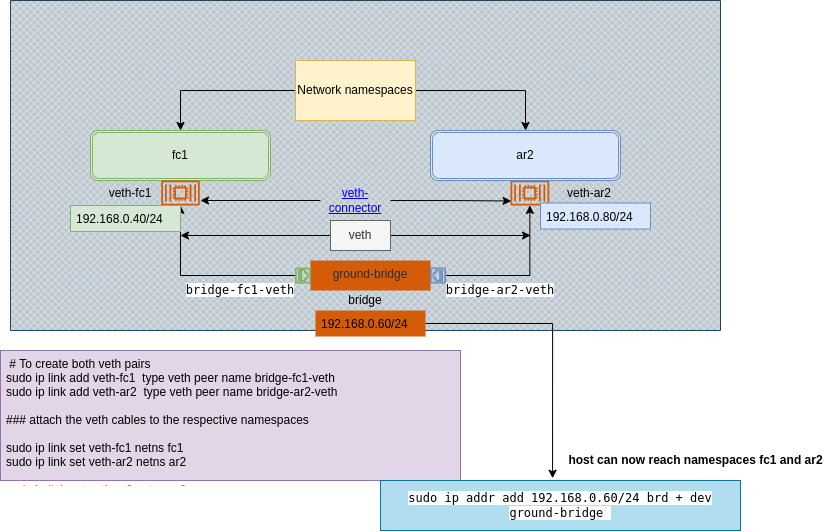
Earlier version of the draw.io export netw-ns-1.drawio.png (get-mesh-status/network-namespaces). Source tidied: cells renumbered, new cells last; positions are measured from the earlier drawing's top-left corner, leaving out a move shared by most shapes. Source of this version:
```xml
<mxGraphModel>
  <root>
    <mxCell id="0" />
    <mxCell id="1" parent="0" />
    <mxCell id="2" style="verticalLabelPosition=bottom;verticalAlign=top;html=1;shape=mxgraph.basic.patternFillRect;fillStyle=diagGrid;step=5;fillStrokeWidth=0.2;fillStrokeColor=#dddddd;fillColor=#bac8d3;gradientDirection=east;strokeColor=#23445d;" parent="1" vertex="1">
      <mxGeometry x="70" y="140" width="710" height="330" as="geometry" />
    </mxCell>
    <mxCell id="3" value="&lt;div&gt;&lt;span&gt;ground-bridge&lt;/span&gt;&lt;/div&gt;" style="whiteSpace=wrap;html=1;verticalAlign=top;fillColor=#D45B07;strokeColor=none;fontColor=#232F3E;sketch=0;gradientColor=none;dashed=0;fontStyle=0;align=center;" parent="1" vertex="1">
      <mxGeometry x="370" y="400" width="120" height="30" as="geometry" />
    </mxCell>
    <mxCell id="4" style="sketch=0;outlineConnect=0;fontColor=#232F3E;gradientColor=none;fillColor=#D45B07;strokeColor=none;dashed=0;verticalLabelPosition=bottom;verticalAlign=top;align=center;html=1;fontSize=12;fontStyle=0;shape=mxgraph.aws4.container_2;" parent="1" vertex="1">
      <mxGeometry x="570" y="320" width="38.7" height="25" as="geometry" />
    </mxCell>
    <mxCell id="5" value="fc1" style="shape=ext;double=1;rounded=1;whiteSpace=wrap;html=1;fillColor=#d5e8d4;strokeColor=#82b366;" parent="1" vertex="1">
      <mxGeometry x="150" y="270" width="180" height="50" as="geometry" />
    </mxCell>
    <mxCell id="6" value="ar2" style="shape=ext;double=1;rounded=1;whiteSpace=wrap;html=1;fillColor=#dae8fc;strokeColor=#6c8ebf;" parent="1" vertex="1">
      <mxGeometry x="490" y="270" width="190" height="50" as="geometry" />
    </mxCell>
    <mxCell id="7" style="sketch=0;outlineConnect=0;fontColor=#232F3E;gradientColor=none;fillColor=#D45B07;strokeColor=none;dashed=0;verticalLabelPosition=bottom;verticalAlign=top;align=center;html=1;fontSize=12;fontStyle=0;shape=mxgraph.aws4.container_2;" parent="1" vertex="1">
      <mxGeometry x="220.6" y="320" width="38.7" height="25" as="geometry" />
    </mxCell>
    <mxCell id="8" style="edgeStyle=orthogonalEdgeStyle;rounded=0;jettySize=auto;html=1;" parent="1" edge="1" source="10">
      <mxGeometry relative="1" as="geometry">
        <mxPoint x="260" y="340" as="targetPoint" />
      </mxGeometry>
    </mxCell>
    <mxCell id="9" style="edgeStyle=orthogonalEdgeStyle;rounded=0;jettySize=auto;html=1;entryX=0.016;entryY=0.821;entryDx=0;entryDy=0;entryPerimeter=0;" parent="1" edge="1" source="10" target="4">
      <mxGeometry relative="1" as="geometry" />
    </mxCell>
    <mxCell id="10" value="veth-connector" style="text;html=1;strokeColor=none;fillColor=none;whiteSpace=wrap;align=center;verticalAlign=middle;fontColor=#0000EE;fontStyle=4;" parent="1" vertex="1">
      <mxGeometry x="380" y="320" width="70" height="40" as="geometry" />
    </mxCell>
    <object id="11" label="veth-fc1&lt;br&gt;" name="Variable" placeholders="1">
      <mxCell style="text;html=1;strokeColor=none;fillColor=none;align=center;verticalAlign=middle;whiteSpace=wrap;overflow=hidden;" parent="1" vertex="1">
        <mxGeometry x="150" y="322.5" width="80" height="20" as="geometry" />
      </mxCell>
    </object>
    <object id="12" label="bridge" name="Variable" placeholders="1">
      <mxCell style="text;html=1;strokeColor=none;fillColor=none;align=center;verticalAlign=middle;whiteSpace=wrap;overflow=hidden;" parent="1" vertex="1">
        <mxGeometry x="385" y="430" width="80" height="20" as="geometry" />
      </mxCell>
    </object>
    <object id="13" label="&lt;span style=&quot;font-family: monospace&quot;&gt;&lt;span style=&quot;background-color: rgb(255 , 255 , 255)&quot;&gt;bridge-fc1-veth&lt;/span&gt;&lt;br&gt;&lt;/span&gt;" name="Variable" placeholders="1">
      <mxCell style="text;html=1;strokeColor=none;fillColor=none;align=center;verticalAlign=middle;whiteSpace=wrap;overflow=hidden;" parent="1" vertex="1">
        <mxGeometry x="230" y="420" width="140" height="20" as="geometry" />
      </mxCell>
    </object>
    <object id="14" label="veth-ar2" name="Variable" placeholders="1">
      <mxCell style="text;html=1;strokeColor=none;fillColor=none;align=center;verticalAlign=middle;whiteSpace=wrap;overflow=hidden;" parent="1" vertex="1">
        <mxGeometry x="608.7" y="322.5" width="80" height="20" as="geometry" />
      </mxCell>
    </object>
    <mxCell id="15" style="edgeStyle=orthogonalEdgeStyle;rounded=0;jettySize=auto;html=1;" parent="1" edge="1" source="17" target="6">
      <mxGeometry relative="1" as="geometry" />
    </mxCell>
    <mxCell id="16" style="edgeStyle=orthogonalEdgeStyle;rounded=0;jettySize=auto;html=1;entryX=0.5;entryY=0;entryDx=0;entryDy=0;" parent="1" edge="1" source="17" target="5">
      <mxGeometry relative="1" as="geometry" />
    </mxCell>
    <mxCell id="17" value="Network namespaces&lt;br&gt;" style="rounded=0;whiteSpace=wrap;html=1;fillColor=#fff2cc;strokeColor=#d6b656;" parent="1" vertex="1">
      <mxGeometry x="355" y="200" width="120" height="60" as="geometry" />
    </mxCell>
    <mxCell id="18" style="sketch=0;shadow=0;dashed=0;html=1;strokeColor=#82b366;fillColor=#d5e8d4;labelPosition=center;verticalLabelPosition=bottom;verticalAlign=top;align=center;shape=mxgraph.vvd.ethernet_port;rotation=-90;" parent="1" vertex="1">
      <mxGeometry width="15" as="geometry" />
    </mxCell>
    <mxCell id="19" style="edgeStyle=orthogonalEdgeStyle;rounded=0;jettySize=auto;html=1;" parent="1" edge="1" source="20" target="4">
      <mxGeometry relative="1" as="geometry" />
    </mxCell>
    <mxCell id="20" style="sketch=0;shadow=0;dashed=0;html=1;strokeColor=#6c8ebf;fillColor=#dae8fc;labelPosition=center;verticalLabelPosition=bottom;verticalAlign=top;align=center;outlineConnect=0;shape=mxgraph.vvd.ethernet_port;rotation=90;" parent="1" vertex="1">
      <mxGeometry x="490" y="407.5" width="15" height="15" as="geometry" />
    </mxCell>
    <mxCell id="21" style="edgeStyle=orthogonalEdgeStyle;rounded=0;jettySize=auto;html=1;" parent="1" edge="1" source="22" target="7">
      <mxGeometry relative="1" as="geometry" />
    </mxCell>
    <mxCell id="22" style="sketch=0;shadow=0;dashed=0;html=1;strokeColor=#82b366;fillColor=#d5e8d4;labelPosition=center;verticalLabelPosition=bottom;verticalAlign=top;align=center;outlineConnect=0;shape=mxgraph.vvd.ethernet_port;rotation=-89;" parent="1" vertex="1">
      <mxGeometry x="355" y="407.5" width="15" height="15" as="geometry" />
    </mxCell>
    <object id="23" label="&lt;span style=&quot;font-family: monospace&quot;&gt;&lt;span style=&quot;background-color: rgb(255 , 255 , 255)&quot;&gt;bridge-ar2-veth&lt;/span&gt;&lt;br&gt;&lt;/span&gt;" name="Variable" placeholders="1">
      <mxCell style="text;html=1;strokeColor=none;fillColor=none;align=center;verticalAlign=middle;whiteSpace=wrap;overflow=hidden;" parent="1" vertex="1">
        <mxGeometry x="490" y="420" width="140" height="20" as="geometry" />
      </mxCell>
    </object>
    <mxCell id="24" style="edgeStyle=orthogonalEdgeStyle;rounded=0;jettySize=auto;html=1;" parent="1" edge="1" source="26">
      <mxGeometry relative="1" as="geometry">
        <mxPoint x="590" y="375" as="targetPoint" />
      </mxGeometry>
    </mxCell>
    <mxCell id="25" style="edgeStyle=orthogonalEdgeStyle;rounded=0;jettySize=auto;html=1;" parent="1" edge="1" source="26">
      <mxGeometry relative="1" as="geometry">
        <mxPoint x="240" y="375" as="targetPoint" />
      </mxGeometry>
    </mxCell>
    <mxCell id="26" value="veth" style="text;html=1;strokeColor=#666666;fillColor=#f5f5f5;align=center;verticalAlign=middle;whiteSpace=wrap;rounded=0;fontColor=#333333;" parent="1" vertex="1">
      <mxGeometry x="390" y="360" width="60" height="30" as="geometry" />
    </mxCell>
    <mxCell id="27" value=" # To create both veth pairs&#10;sudo ip link add veth-fc1  type veth peer name bridge-fc1-veth&#10;sudo ip link add veth-ar2  type veth peer name bridge-ar2-veth &#10; &#10;### attach the veth cables to the respective namespaces&#10;&#10;sudo ip link set veth-fc1 netns fc1   &#10;sudo ip link set veth-ar2 netns ar2&#10;&#10;sudo ip link set veth-ar2 netns ar2  &#10;" style="text;strokeColor=#9673a6;fillColor=#e1d5e7;align=left;verticalAlign=top;spacingLeft=4;spacingRight=4;overflow=hidden;" parent="1" vertex="1">
      <mxGeometry x="60" y="490" width="460" height="130" as="geometry" />
    </mxCell>
    <mxCell id="28" value="192.168.0.40/24&#10;" style="text;strokeColor=#82b366;fillColor=#d5e8d4;align=left;verticalAlign=top;spacingLeft=4;spacingRight=4;overflow=hidden;" parent="1" vertex="1">
      <mxGeometry x="130" y="345" width="110" height="26" as="geometry" />
    </mxCell>
    <mxCell id="29" value="192.168.0.80/24&#10;" style="text;strokeColor=#6c8ebf;fillColor=#dae8fc;align=left;verticalAlign=top;spacingLeft=4;spacingRight=4;overflow=hidden;" parent="1" vertex="1">
      <mxGeometry x="600" y="342.5" width="110" height="26" as="geometry" />
    </mxCell>
    <mxCell id="30" style="edgeStyle=orthogonalEdgeStyle;rounded=0;jettySize=auto;html=1;entryX=0.478;entryY=-0.045;entryDx=0;entryDy=0;entryPerimeter=0;" parent="1" edge="1" source="31" target="32">
      <mxGeometry relative="1" as="geometry" />
    </mxCell>
    <mxCell id="31" value="192.168.0.60/24&#10;" style="text;strokeColor=none;fillColor=#D45B07;align=left;verticalAlign=top;spacingLeft=4;spacingRight=4;overflow=hidden;points=[[0,0.5],[1,0.5]];portConstraint=eastwest;" parent="1" vertex="1">
      <mxGeometry x="375" y="450" width="110" height="26" as="geometry" />
    </mxCell>
    <mxCell id="32" value="&lt;span style=&quot;font-family: monospace&quot;&gt;&lt;span style=&quot;background-color: rgb(255 , 255 , 255)&quot;&gt;sudo ip addr add 192.168.0.60/24 brd + dev ground-bridge&amp;nbsp;&lt;/span&gt;&lt;br&gt;&lt;/span&gt;" style="text;html=1;strokeColor=#10739e;fillColor=#b1ddf0;align=center;verticalAlign=middle;whiteSpace=wrap;rounded=0;" parent="1" vertex="1">
      <mxGeometry x="440" y="620" width="360" height="50" as="geometry" />
    </mxCell>
    <mxCell id="33" value="&lt;b&gt;host can now reach namespaces fc1 and ar2&lt;/b&gt;" style="text;html=1;align=center;verticalAlign=middle;strokeColor=none;fillColor=none;" parent="1" vertex="1">
      <mxGeometry x="620" y="590" width="270" height="20" as="geometry" />
    </mxCell>
  </root>
</mxGraphModel>
```
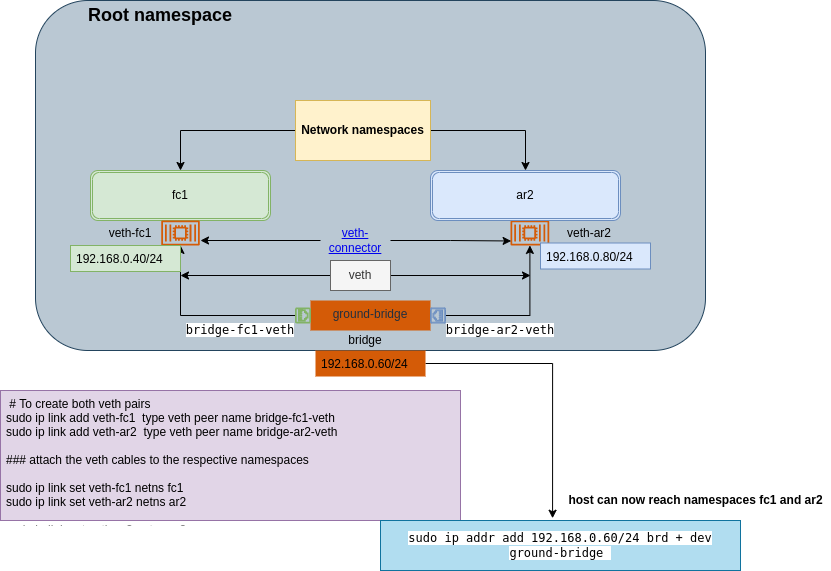
The same diagram one commit later.

Change to the diagram source:
```diff
@@ -2,9 +2,9 @@
   <root>
     <mxCell id="0" />
     <mxCell id="1" parent="0" />
-    <mxCell id="2" style="verticalLabelPosition=bottom;verticalAlign=top;html=1;shape=mxgraph.basic.patternFillRect;fillStyle=diagGrid;step=5;fillStrokeWidth=0.2;fillStrokeColor=#dddddd;fillColor=#bac8d3;gradientDirection=east;strokeColor=#23445d;" parent="1" vertex="1">
-      <mxGeometry x="70" y="140" width="710" height="330" as="geometry" />
-    </mxCell>
+    <mxCell id="34" style="rounded=1;whiteSpace=wrap;html=1;fillColor=#bac8d3;strokeColor=#23445d;gradientColor=none;" parent="1" vertex="1">
+      <mxGeometry x="95" y="100" width="670" height="350" as="geometry" />
+    </mxCell>
     <mxCell id="3" value="&lt;div&gt;&lt;span&gt;ground-bridge&lt;/span&gt;&lt;/div&gt;" style="whiteSpace=wrap;html=1;verticalAlign=top;fillColor=#D45B07;strokeColor=none;fontColor=#232F3E;sketch=0;gradientColor=none;dashed=0;fontStyle=0;align=center;" parent="1" vertex="1">
       <mxGeometry x="370" y="400" width="120" height="30" as="geometry" />
     </mxCell>
@@ -51,14 +51,18 @@
         <mxGeometry x="608.7" y="322.5" width="80" height="20" as="geometry" />
       </mxCell>
     </object>
+    <mxCell id="16" style="edgeStyle=orthogonalEdgeStyle;rounded=0;jettySize=auto;html=1;entryX=0.5;entryY=0;entryDx=0;entryDy=0;" parent="1" edge="1" source="17" target="5">
+      <mxGeometry relative="1" as="geometry" />
+    </mxCell>
-    <mxCell id="15" style="edgeStyle=orthogonalEdgeStyle;rounded=0;jettySize=auto;html=1;" parent="1" edge="1" source="17" target="6">
-      <mxGeometry relative="1" as="geometry" />
+    <mxCell id="15" style="edgeStyle=orthogonalEdgeStyle;rounded=0;jettySize=auto;html=1;fontSize=18;" parent="1" edge="1" source="17" target="6">
+      <mxGeometry relative="1" as="geometry">
+        <Array as="points">
+          <mxPoint x="585" y="230" />
+        </Array>
+      </mxGeometry>
     </mxCell>
-    <mxCell id="16" style="edgeStyle=orthogonalEdgeStyle;rounded=0;jettySize=auto;html=1;entryX=0.5;entryY=0;entryDx=0;entryDy=0;" parent="1" edge="1" source="17" target="5">
-      <mxGeometry relative="1" as="geometry" />
-    </mxCell>
-    <mxCell id="17" value="Network namespaces&lt;br&gt;" style="rounded=0;whiteSpace=wrap;html=1;fillColor=#fff2cc;strokeColor=#d6b656;" parent="1" vertex="1">
-      <mxGeometry x="355" y="200" width="120" height="60" as="geometry" />
+    <mxCell id="17" value="&lt;b&gt;Network namespaces&lt;/b&gt;" style="rounded=0;whiteSpace=wrap;html=1;fillColor=#fff2cc;strokeColor=#d6b656;" parent="1" vertex="1">
+      <mxGeometry x="355" y="200" width="135" height="60" as="geometry" />
     </mxCell>
     <mxCell id="18" style="sketch=0;shadow=0;dashed=0;html=1;strokeColor=#82b366;fillColor=#d5e8d4;labelPosition=center;verticalLabelPosition=bottom;verticalAlign=top;align=center;shape=mxgraph.vvd.ethernet_port;rotation=-90;" parent="1" vertex="1">
       <mxGeometry width="15" as="geometry" />
@@ -114,5 +118,8 @@
     <mxCell id="33" value="&lt;b&gt;host can now reach namespaces fc1 and ar2&lt;/b&gt;" style="text;html=1;align=center;verticalAlign=middle;strokeColor=none;fillColor=none;" parent="1" vertex="1">
       <mxGeometry x="620" y="590" width="270" height="20" as="geometry" />
     </mxCell>
+    <mxCell id="35" value="&lt;b&gt;&lt;font style=&quot;font-size: 18px&quot;&gt;Root namespace&lt;/font&gt;&lt;/b&gt;" style="text;html=1;strokeColor=none;fillColor=none;align=center;verticalAlign=middle;whiteSpace=wrap;rounded=0;" parent="1" vertex="1">
+      <mxGeometry x="130" y="100" width="180" height="30" as="geometry" />
+    </mxCell>
   </root>
 </mxGraphModel>
```
